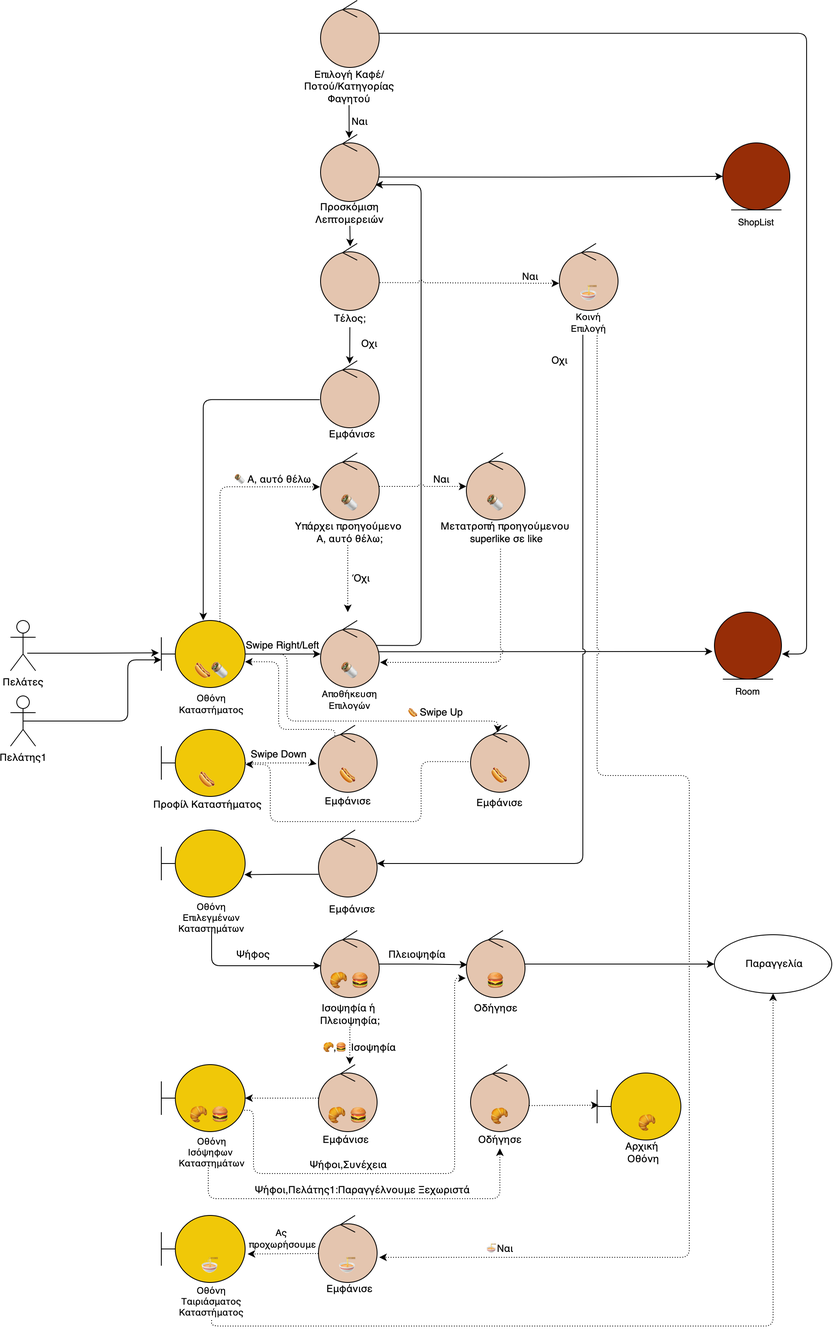
This is docs/final/nomnomr./Media/Robustness Diagrams/9.Ομαδική Επιλογή Καταστήματος.drawio.png from iloudaros/nomnomr, a draw.io export, as it was before one commit. Source tidied: cells renumbered, new cells last; positions are measured from the earlier drawing's top-left corner, leaving out a move shared by most shapes.
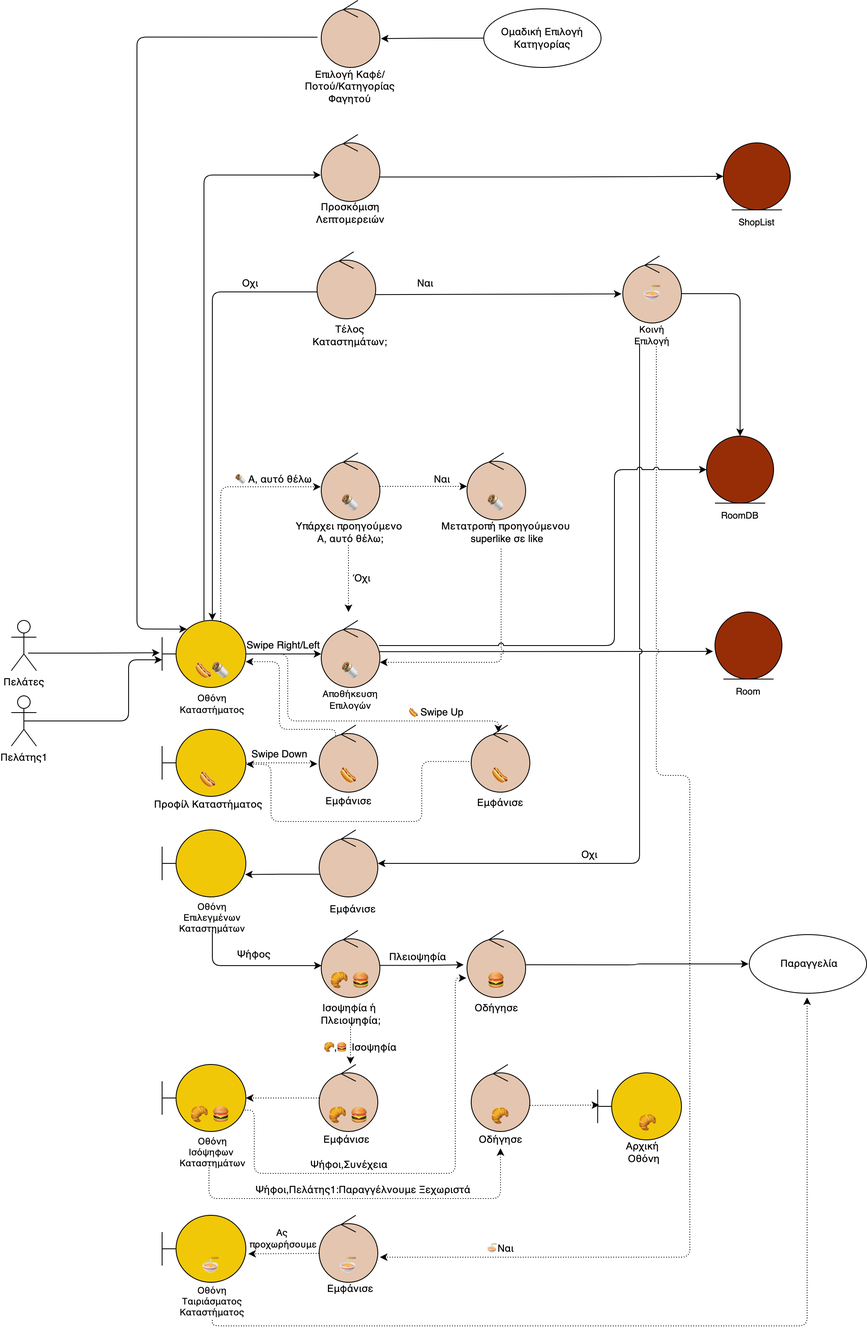
The same diagram one commit later.

Diff of the diagram source:
```diff
@@ -38,16 +38,13 @@
       </mxGeometry>
     </mxCell>
     <mxCell id="9" style="ellipse;shape=umlControl;whiteSpace=wrap;html=1;fontSize=12;fillColor=#E4C5AF;" parent="1" vertex="1">
-      <mxGeometry x="370" y="290" width="70" height="80" as="geometry" />
+      <mxGeometry x="365" y="300" width="70" height="80" as="geometry" />
     </mxCell>
-    <mxCell id="10" style="endArrow=classic;html=1;rounded=0;fontSize=12;exitX=0.5;exitY=1;exitDx=0;exitDy=0;startArrow=none;entryX=0.505;entryY=0.043;entryDx=0;entryDy=0;entryPerimeter=0;" parent="1" edge="1" source="15" target="9">
-      <mxGeometry relative="1" as="geometry" />
-    </mxCell>
     <mxCell id="11" style="endArrow=classic;html=1;rounded=0;fontSize=12;entryX=-0.029;entryY=0.587;entryDx=0;entryDy=0;entryPerimeter=0;exitX=0.988;exitY=0.466;exitDx=0;exitDy=0;exitPerimeter=0;" parent="1" edge="1" source="13" target="19">
       <mxGeometry relative="1" as="geometry" />
     </mxCell>
     <mxCell id="12" value="Οχι" style="text;html=1;align=center;verticalAlign=middle;strokeColor=none;fillColor=none;fontSize=12;" parent="1" vertex="1">
-      <mxGeometry x="407.5" y="400" width="40" height="20" as="geometry" />
+      <mxGeometry x="265" y="328" width="40" height="20" as="geometry" />
     </mxCell>
     <mxCell id="13" style="ellipse;shape=umlControl;whiteSpace=wrap;html=1;fontSize=12;fillColor=#E4C5AF;" parent="1" vertex="1">
       <mxGeometry x="370" y="740" width="70" height="80" as="geometry" />
@@ -68,7 +65,7 @@
       </mxGeometry>
     </mxCell>
     <mxCell id="18" value="Κοινή Επιλογή" style="text;html=1;strokeColor=none;fillColor=none;align=center;verticalAlign=middle;whiteSpace=wrap;rounded=0;fontSize=11;" parent="1" vertex="1">
-      <mxGeometry x="660" y="370" width="60" height="30" as="geometry" />
+      <mxGeometry x="735" y="385" width="60" height="30" as="geometry" />
     </mxCell>
     <mxCell id="19" style="ellipse;shape=umlEntity;whiteSpace=wrap;html=1;fontSize=12;fillColor=#972D07;" parent="1" vertex="1">
       <mxGeometry x="840" y="730" width="80" height="80" as="geometry" />
@@ -76,21 +73,16 @@
     <mxCell id="20" value="Room" style="text;html=1;strokeColor=none;fillColor=none;align=center;verticalAlign=middle;whiteSpace=wrap;rounded=0;fontSize=11;" parent="1" vertex="1">
       <mxGeometry x="850" y="810" width="60" height="30" as="geometry" />
     </mxCell>
-    <mxCell id="21" style="ellipse;shape=umlControl;whiteSpace=wrap;html=1;fontSize=11;fillColor=#E4C5AF;" parent="1" vertex="1">
-      <mxGeometry x="370" y="430" width="70" height="80" as="geometry" />
-    </mxCell>
-    <mxCell id="22" style="endArrow=classic;html=1;rounded=1;fontSize=12;startArrow=none;entryX=0.5;entryY=-0.003;entryDx=0;entryDy=0;entryPerimeter=0;edgeStyle=orthogonalEdgeStyle;exitX=-0.014;exitY=0.581;exitDx=0;exitDy=0;exitPerimeter=0;" parent="1" edge="1" source="21" target="4">
-      <mxGeometry relative="1" as="geometry">
-        <Array as="points">
-          <mxPoint x="230" y="476" />
-        </Array>
-      </mxGeometry>
-    </mxCell>
     <mxCell id="23" style="ellipse;shape=umlControl;whiteSpace=wrap;html=1;fontSize=11;fillColor=#E4C5AF;" parent="1" vertex="1">
       <mxGeometry x="370" width="70" height="80" as="geometry" />
     </mxCell>
-    <mxCell id="24" style="edgeStyle=orthogonalEdgeStyle;rounded=1;jumpStyle=arc;jettySize=auto;html=1;entryX=0.488;entryY=0.055;entryDx=0;entryDy=0;entryPerimeter=0;fontSize=12;exitX=0.5;exitY=1;exitDx=0;exitDy=0;" parent="1" edge="1" source="25" target="78">
-      <mxGeometry relative="1" as="geometry" />
+    <mxCell id="24" style="edgeStyle=orthogonalEdgeStyle;rounded=1;jumpStyle=arc;jettySize=auto;html=1;entryX=0.295;entryY=0.129;entryDx=0;entryDy=0;entryPerimeter=0;fontSize=12;exitX=-0.064;exitY=0.548;exitDx=0;exitDy=0;exitPerimeter=0;" parent="1" edge="1" source="23" target="4">
+      <mxGeometry relative="1" as="geometry">
+        <Array as="points">
+          <mxPoint x="150" y="44" />
+          <mxPoint x="150" y="750" />
+        </Array>
+      </mxGeometry>
     </mxCell>
     <mxCell id="25" value="Επιλογή Καφέ/Ποτού/Κατηγορίας Φαγητού" style="text;html=1;strokeColor=none;fillColor=none;align=center;verticalAlign=middle;whiteSpace=wrap;rounded=0;fontSize=12;" parent="1" vertex="1">
       <mxGeometry x="341.5" y="80" width="125" height="45" as="geometry" />
@@ -100,18 +92,9 @@
         <mxPoint x="405" y="200" as="targetPoint" />
       </mxGeometry>
     </mxCell>
-    <mxCell id="27" value="Ναι" style="text;html=1;strokeColor=none;fillColor=none;align=center;verticalAlign=middle;whiteSpace=wrap;rounded=0;fontSize=12;" parent="1" vertex="1">
-      <mxGeometry x="397.5" y="130" width="37.5" height="30" as="geometry" />
-    </mxCell>
-    <mxCell id="28" style="edgeStyle=orthogonalEdgeStyle;rounded=1;jumpStyle=arc;jettySize=auto;html=1;fontSize=12;entryX=0.496;entryY=0.045;entryDx=0;entryDy=0;entryPerimeter=0;" parent="1" edge="1" source="29" target="21">
-      <mxGeometry relative="1" as="geometry" />
-    </mxCell>
-    <mxCell id="29" value="Τέλος;" style="text;html=1;strokeColor=none;fillColor=none;align=center;verticalAlign=middle;whiteSpace=wrap;rounded=0;fontSize=12;" parent="1" vertex="1">
-      <mxGeometry x="377.5" y="370" width="55" height="20" as="geometry" />
+    <mxCell id="29" value="Τέλος Καταστημάτων;" style="text;html=1;strokeColor=none;fillColor=none;align=center;verticalAlign=middle;whiteSpace=wrap;rounded=0;fontSize=12;" parent="1" vertex="1">
+      <mxGeometry x="376.5" y="390" width="55" height="20" as="geometry" />
     </mxCell>
-    <mxCell id="30" value="Εμφάνισε" style="text;html=1;strokeColor=none;fillColor=none;align=center;verticalAlign=middle;whiteSpace=wrap;rounded=0;fontSize=12;" parent="1" vertex="1">
-      <mxGeometry x="377.5" y="503" width="60" height="30" as="geometry" />
-    </mxCell>
     <mxCell id="31" value="Πελάτης1" style="shape=umlActor;verticalLabelPosition=bottom;verticalAlign=top;html=1;" parent="1" vertex="1">
       <mxGeometry y="830" width="30" height="60" as="geometry" />
     </mxCell>
@@ -130,16 +113,16 @@
     <mxCell id="34" value="Αποθήκευση Επιλογών" style="text;html=1;strokeColor=none;fillColor=none;align=center;verticalAlign=middle;whiteSpace=wrap;rounded=0;fontSize=11;" parent="1" vertex="1">
       <mxGeometry x="375" y="820" width="60" height="30" as="geometry" />
     </mxCell>
-    <mxCell id="35" style="endArrow=classic;html=1;rounded=1;fontSize=12;jumpStyle=arc;edgeStyle=orthogonalEdgeStyle;exitX=0.955;exitY=0.372;exitDx=0;exitDy=0;exitPerimeter=0;" parent="1" edge="1" source="13" target="78">
+    <mxCell id="35" style="endArrow=classic;html=1;rounded=1;fontSize=12;jumpStyle=arc;edgeStyle=orthogonalEdgeStyle;entryX=-0.009;entryY=0.605;entryDx=0;entryDy=0;entryPerimeter=0;" parent="1" edge="1" target="78">
       <mxGeometry relative="1" as="geometry">
+        <mxPoint x="230" y="740" as="sourcePoint" />
         <Array as="points">
-          <mxPoint x="490" y="770" />
-          <mxPoint x="490" y="220" />
+          <mxPoint x="230" y="208" />
         </Array>
       </mxGeometry>
     </mxCell>
     <mxCell id="36" style="ellipse;shape=umlControl;whiteSpace=wrap;html=1;fontSize=12;fillColor=#E4C5AF;" parent="1" vertex="1">
-      <mxGeometry x="655" y="290" width="70" height="80" as="geometry" />
+      <mxGeometry x="730" y="305" width="70" height="80" as="geometry" />
     </mxCell>
     <mxCell id="37" style="shape=umlBoundary;whiteSpace=wrap;html=1;fillColor=#F0C808;" parent="1" vertex="1">
       <mxGeometry x="180" y="990" width="100" height="80" as="geometry" />
@@ -166,24 +149,23 @@
     <mxCell id="43" style="endArrow=classic;html=1;rounded=0;fontSize=11;edgeStyle=orthogonalEdgeStyle;exitX=0.003;exitY=0.661;exitDx=0;exitDy=0;exitPerimeter=0;entryX=0.991;entryY=0.666;entryDx=0;entryDy=0;entryPerimeter=0;" parent="1" edge="1" source="41" target="37">
       <mxGeometry relative="1" as="geometry" />
     </mxCell>
-    <mxCell id="44" style="endArrow=classic;html=1;rounded=1;fontSize=11;exitX=0.383;exitY=0.967;exitDx=0;exitDy=0;jumpStyle=arc;exitPerimeter=0;edgeStyle=orthogonalEdgeStyle;" parent="1" edge="1" source="18" target="41">
+    <mxCell id="44" style="endArrow=classic;html=1;rounded=1;fontSize=11;jumpStyle=arc;edgeStyle=orthogonalEdgeStyle;" parent="1" edge="1" target="41">
       <mxGeometry relative="1" as="geometry">
+        <mxPoint x="750" y="410" as="sourcePoint" />
         <Array as="points">
-          <mxPoint x="683" y="1030" />
+          <mxPoint x="750" y="1030" />
         </Array>
       </mxGeometry>
     </mxCell>
     <mxCell id="45" value="Οχι" style="text;html=1;align=center;verticalAlign=middle;strokeColor=none;fillColor=none;fontSize=12;" parent="1" vertex="1">
-      <mxGeometry x="635" y="420" width="40" height="20" as="geometry" />
+      <mxGeometry x="670" y="1010" width="40" height="20" as="geometry" />
     </mxCell>
-    <mxCell id="46" style="endArrow=classic;html=1;rounded=0;fontSize=11;exitX=1.011;exitY=0.584;exitDx=0;exitDy=0;exitPerimeter=0;entryX=-0.005;entryY=0.595;entryDx=0;entryDy=0;entryPerimeter=0;jumpStyle=arc;dashed=1;dashPattern=1 2;" parent="1" edge="1" source="9" target="36">
-      <mxGeometry relative="1" as="geometry" />
-    </mxCell>
-    <mxCell id="47" style="edgeStyle=orthogonalEdgeStyle;rounded=1;jumpStyle=arc;jettySize=auto;html=1;dashed=1;dashPattern=1 2;fontSize=12;exitX=0.5;exitY=1;exitDx=0;exitDy=0;entryX=0.5;entryY=1;entryDx=0;entryDy=0;" parent="1" edge="1" source="49" target="114">
+    <mxCell id="47" style="edgeStyle=orthogonalEdgeStyle;rounded=1;jumpStyle=arc;jettySize=auto;html=1;dashed=1;dashPattern=1 2;fontSize=12;exitX=0.5;exitY=1;exitDx=0;exitDy=0;" parent="1" edge="1" source="49">
       <mxGeometry relative="1" as="geometry">
+        <mxPoint x="950" y="1190" as="targetPoint" />
         <Array as="points">
           <mxPoint x="240" y="1582" />
-          <mxPoint x="910" y="1582" />
+          <mxPoint x="950" y="1582" />
         </Array>
       </mxGeometry>
     </mxCell>
@@ -204,9 +186,9 @@
     </mxCell>
     <mxCell id="53" style="endArrow=classic;html=1;rounded=1;fontSize=11;jumpStyle=arc;dashed=1;dashPattern=1 2;entryX=1.036;entryY=0.625;entryDx=0;entryDy=0;entryPerimeter=0;edgeStyle=orthogonalEdgeStyle;" parent="1" edge="1" target="50">
       <mxGeometry relative="1" as="geometry">
-        <mxPoint x="700" y="400" as="sourcePoint" />
+        <mxPoint x="770" y="410" as="sourcePoint" />
         <Array as="points">
-          <mxPoint x="700" y="925" />
+          <mxPoint x="770" y="925" />
           <mxPoint x="810" y="925" />
           <mxPoint x="810" y="1500" />
         </Array>
@@ -218,20 +200,17 @@
     <mxCell id="55" value="Ας &lt;br style=&quot;font-size: 11px;&quot;&gt;προχωρήσουμε" style="text;html=1;strokeColor=none;fillColor=none;align=center;verticalAlign=middle;whiteSpace=wrap;rounded=0;fontSize=11;" parent="1" vertex="1">
       <mxGeometry x="270" y="1463" width="110" height="30" as="geometry" />
     </mxCell>
-    <mxCell id="56" style="endArrow=classic;html=1;rounded=1;fontSize=11;exitX=0.998;exitY=0.491;exitDx=0;exitDy=0;exitPerimeter=0;edgeStyle=orthogonalEdgeStyle;entryX=1.007;entryY=0.637;entryDx=0;entryDy=0;entryPerimeter=0;" parent="1" edge="1" source="23" target="19">
-      <mxGeometry relative="1" as="geometry">
-        <Array as="points">
-          <mxPoint x="950" y="39" />
-          <mxPoint x="950" y="780" />
-          <mxPoint x="921" y="780" />
-        </Array>
-      </mxGeometry>
-    </mxCell>
     <mxCell id="57" value="Ναι" style="text;html=1;align=center;verticalAlign=middle;strokeColor=none;fillColor=none;fontSize=12;" parent="1" vertex="1">
-      <mxGeometry x="605" y="320" width="30" height="20" as="geometry" />
+      <mxGeometry x="479" y="328" width="30" height="20" as="geometry" />
     </mxCell>
-    <mxCell id="58" style="edgeStyle=orthogonalEdgeStyle;rounded=1;jettySize=auto;html=1;entryX=0.015;entryY=0.51;entryDx=0;entryDy=0;entryPerimeter=0;fontSize=12;" parent="1" edge="1" source="59" target="63">
-      <mxGeometry relative="1" as="geometry" />
+    <mxCell id="58" style="edgeStyle=orthogonalEdgeStyle;rounded=1;jettySize=auto;html=1;fontSize=12;exitX=1.004;exitY=0.522;exitDx=0;exitDy=0;exitPerimeter=0;" parent="1" edge="1" source="59">
+      <mxGeometry relative="1" as="geometry">
+        <mxPoint x="540" y="1151" as="targetPoint" />
+        <Array as="points">
+          <mxPoint x="492" y="1152" />
+          <mxPoint x="492" y="1151" />
+        </Array>
+      </mxGeometry>
     </mxCell>
     <mxCell id="59" style="ellipse;shape=umlControl;whiteSpace=wrap;html=1;fontSize=12;fillColor=#E4C5AF;" parent="1" vertex="1">
       <mxGeometry x="370" y="1110" width="70" height="80" as="geometry" />
@@ -242,16 +221,21 @@
     <mxCell id="61" value="Ισοψηφία ή &lt;br&gt;Πλειοψηφία;" style="text;html=1;align=center;verticalAlign=middle;points=[];strokeColor=none;fillColor=none;fontSize=12;" parent="1" vertex="1">
       <mxGeometry x="365" y="1195" width="80" height="30" as="geometry" />
     </mxCell>
-    <mxCell id="62" style="edgeStyle=orthogonalEdgeStyle;rounded=1;jettySize=auto;html=1;entryX=0;entryY=0.5;entryDx=0;entryDy=0;fontSize=12;" parent="1" edge="1" source="63">
+    <mxCell id="62" style="edgeStyle=orthogonalEdgeStyle;rounded=1;orthogonalLoop=1;jettySize=auto;html=1;fontSize=12;" parent="1" edge="1">
       <mxGeometry relative="1" as="geometry">
-        <mxPoint x="840" y="1150" as="targetPoint" />
+        <mxPoint x="614" y="1151.1" as="sourcePoint" />
+        <mxPoint x="880" y="1150" as="targetPoint" />
+        <Array as="points">
+          <mxPoint x="746" y="1151" />
+          <mxPoint x="890" y="1150" />
+        </Array>
       </mxGeometry>
     </mxCell>
     <mxCell id="63" style="ellipse;shape=umlControl;whiteSpace=wrap;html=1;fontSize=12;fillColor=#E4C5AF;" parent="1" vertex="1">
       <mxGeometry x="544" y="1110" width="70" height="80" as="geometry" />
     </mxCell>
     <mxCell id="64" value="Πλειοψηφία" style="text;html=1;align=center;verticalAlign=middle;strokeColor=none;fillColor=none;fontSize=12;" parent="1" vertex="1">
-      <mxGeometry x="445" y="1129" width="80" height="20" as="geometry" />
+      <mxGeometry x="445" y="1132" width="80" height="20" as="geometry" />
     </mxCell>
     <mxCell id="65" value="Οδήγησε" style="text;html=1;align=center;verticalAlign=middle;strokeColor=none;fillColor=none;fontSize=12;" parent="1" vertex="1">
       <mxGeometry x="549" y="1193" width="60" height="20" as="geometry" />
@@ -432,8 +416,13 @@
     <mxCell id="110" value="🌯" style="text;whiteSpace=wrap;html=1;fontSize=20;align=center;verticalAlign=middle;" parent="1" vertex="1">
       <mxGeometry x="558.5" y="585" width="40" height="30" as="geometry" />
     </mxCell>
+    <mxCell id="123" style="edgeStyle=orthogonalEdgeStyle;rounded=1;jumpStyle=arc;jettySize=auto;html=1;entryX=0.5;entryY=0;entryDx=0;entryDy=0;" parent="1" edge="1" target="128">
+      <mxGeometry relative="1" as="geometry">
+        <mxPoint x="800" y="350" as="sourcePoint" />
+      </mxGeometry>
+    </mxCell>
     <mxCell id="111" value="🍜" style="text;whiteSpace=wrap;html=1;fontSize=20;align=center;verticalAlign=middle;" parent="1" vertex="1">
-      <mxGeometry x="665" y="330" width="50" height="40" as="geometry" />
+      <mxGeometry x="740" y="330" width="50" height="40" as="geometry" />
     </mxCell>
     <mxCell id="112" value="🍜" style="text;whiteSpace=wrap;html=1;fontSize=20;align=center;verticalAlign=middle;" parent="1" vertex="1">
       <mxGeometry x="376.5" y="1490" width="50" height="40" as="geometry" />
@@ -442,7 +431,7 @@
       <mxGeometry x="213" y="1490" width="50" height="40" as="geometry" />
     </mxCell>
     <mxCell id="114" value="&amp;nbsp;Παραγγελία" style="ellipse;whiteSpace=wrap;html=1;" parent="1" vertex="1">
-      <mxGeometry x="840" y="1115" width="140" height="70" as="geometry" />
+      <mxGeometry x="881" y="1115" width="140" height="70" as="geometry" />
     </mxCell>
     <mxCell id="115" value="🍜" style="text;whiteSpace=wrap;html=1;fontSize=12;align=center;verticalAlign=middle;" parent="1" vertex="1">
       <mxGeometry x="548.5" y="1470" width="50" height="40" as="geometry" />
@@ -468,5 +457,39 @@
     <mxCell id="122" value="🥐" style="text;whiteSpace=wrap;html=1;fontSize=20;align=center;verticalAlign=middle;" parent="1" vertex="1">
       <mxGeometry x="735" y="1320" width="50" height="40" as="geometry" />
     </mxCell>
+    <mxCell id="124" value="Ομαδική Επιλογή Κατηγορίας" style="ellipse;whiteSpace=wrap;html=1;" parent="1" vertex="1">
+      <mxGeometry x="564" y="10" width="140" height="70" as="geometry" />
+    </mxCell>
+    <mxCell id="125" style="endArrow=classic;html=1;rounded=0;fontSize=11;exitX=0;exitY=0.5;exitDx=0;exitDy=0;edgeStyle=orthogonalEdgeStyle;entryX=1.018;entryY=0.57;entryDx=0;entryDy=0;entryPerimeter=0;" parent="1" edge="1" source="124" target="23">
+      <mxGeometry relative="1" as="geometry" />
+    </mxCell>
+    <mxCell id="126" style="endArrow=classic;html=1;rounded=0;fontSize=12;exitX=0.995;exitY=0.614;exitDx=0;exitDy=0;exitPerimeter=0;entryX=-0.023;entryY=0.566;entryDx=0;entryDy=0;entryPerimeter=0;" parent="1" edge="1" target="36">
+      <mxGeometry relative="1" as="geometry">
+        <mxPoint x="434.7" y="351.1" as="sourcePoint" />
+      </mxGeometry>
+    </mxCell>
+    <mxCell id="127" style="endArrow=classic;html=1;rounded=1;fontSize=12;exitX=0.004;exitY=0.599;exitDx=0;exitDy=0;exitPerimeter=0;edgeStyle=orthogonalEdgeStyle;" parent="1" edge="1" source="9">
+      <mxGeometry relative="1" as="geometry">
+        <mxPoint x="240" y="740" as="targetPoint" />
+        <Array as="points">
+          <mxPoint x="240" y="348" />
+          <mxPoint x="240" y="740" />
+        </Array>
+      </mxGeometry>
+    </mxCell>
+    <mxCell id="128" style="ellipse;shape=umlEntity;whiteSpace=wrap;html=1;fontSize=12;fillColor=#972D07;" parent="1" vertex="1">
+      <mxGeometry x="830" y="520" width="80" height="80" as="geometry" />
+    </mxCell>
+    <mxCell id="129" value="RoomDB" style="text;html=1;strokeColor=none;fillColor=none;align=center;verticalAlign=middle;whiteSpace=wrap;rounded=0;fontSize=11;" parent="1" vertex="1">
+      <mxGeometry x="840" y="600" width="60" height="30" as="geometry" />
+    </mxCell>
+    <mxCell id="130" style="endArrow=classic;html=1;rounded=1;fontSize=12;entryX=0;entryY=0.5;entryDx=0;entryDy=0;edgeStyle=orthogonalEdgeStyle;jumpStyle=arc;" parent="1" edge="1" source="13" target="128">
+      <mxGeometry relative="1" as="geometry">
+        <Array as="points">
+          <mxPoint x="720" y="770" />
+          <mxPoint x="720" y="560" />
+        </Array>
+      </mxGeometry>
+    </mxCell>
   </root>
 </mxGraphModel>
```
